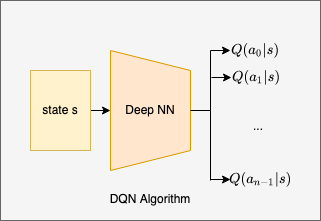
Before: src/diagrams/dqn.png, a diagram exported from draw.io (analytiq-hub/sigagent.github.io). Source tidied: cells renumbered, new cells last; positions are measured from the earlier drawing's top-left corner, leaving out a move shared by most shapes.
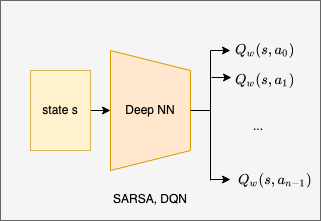
Later version of the same file.

Change to the diagram source:
```diff
@@ -31,14 +31,14 @@
         <mxPoint x="230" y="50" as="targetPoint" />
       </mxGeometry>
     </mxCell>
-    <mxCell id="9" value="&lt;div&gt;$$Q(a_0 \vert s)$$&lt;/div&gt;" style="text;html=1;strokeColor=none;fillColor=none;align=center;verticalAlign=middle;whiteSpace=wrap;rounded=0;" parent="1" vertex="1">
-      <mxGeometry x="230" y="40" width="50" height="20" as="geometry" />
+    <mxCell id="9" value="&lt;div&gt;$$Q_w(s, a_0)$$&lt;/div&gt;" style="text;html=1;strokeColor=none;fillColor=none;align=center;verticalAlign=middle;whiteSpace=wrap;rounded=0;" parent="1" vertex="1">
+      <mxGeometry x="240" y="40" width="50" height="20" as="geometry" />
     </mxCell>
-    <mxCell id="10" value="&lt;div&gt;$$Q(a_1 \vert s)$$&lt;/div&gt;" style="text;html=1;strokeColor=none;fillColor=none;align=center;verticalAlign=middle;whiteSpace=wrap;rounded=0;" parent="1" vertex="1">
-      <mxGeometry x="231" y="67" width="50" height="20" as="geometry" />
+    <mxCell id="10" value="&lt;div&gt;$$Q_w(s, a_1)$$&lt;/div&gt;" style="text;html=1;strokeColor=none;fillColor=none;align=center;verticalAlign=middle;whiteSpace=wrap;rounded=0;" parent="1" vertex="1">
+      <mxGeometry x="240" y="70" width="50" height="20" as="geometry" />
     </mxCell>
-    <mxCell id="11" value="&lt;div&gt;$$Q(a_{n-1} \vert s)$$&lt;/div&gt;" style="text;html=1;strokeColor=none;fillColor=none;align=center;verticalAlign=middle;whiteSpace=wrap;rounded=0;" parent="1" vertex="1">
-      <mxGeometry x="235" y="169" width="50" height="20" as="geometry" />
+    <mxCell id="11" value="&lt;div&gt;$$Q_w(s, a_{n-1})$$&lt;/div&gt;" style="text;html=1;strokeColor=none;fillColor=none;align=center;verticalAlign=middle;whiteSpace=wrap;rounded=0;" parent="1" vertex="1">
+      <mxGeometry x="250" y="170" width="50" height="20" as="geometry" />
     </mxCell>
     <mxCell id="12" value="&lt;div&gt;...&lt;/div&gt;" style="text;html=1;strokeColor=none;fillColor=none;align=center;verticalAlign=middle;whiteSpace=wrap;rounded=0;" parent="1" vertex="1">
       <mxGeometry x="233" y="116" width="50" height="20" as="geometry" />
@@ -55,7 +55,7 @@
         <mxPoint x="230" y="179" as="targetPoint" />
       </mxGeometry>
     </mxCell>
-    <mxCell id="15" value="DQN Algorithm" style="text;html=1;strokeColor=none;fillColor=none;align=center;verticalAlign=middle;whiteSpace=wrap;rounded=0;" parent="1" vertex="1">
+    <mxCell id="15" value="SARSA, DQN" style="text;html=1;strokeColor=none;fillColor=none;align=center;verticalAlign=middle;whiteSpace=wrap;rounded=0;" parent="1" vertex="1">
       <mxGeometry x="50" y="189" width="200" height="20" as="geometry" />
     </mxCell>
   </root>
```
